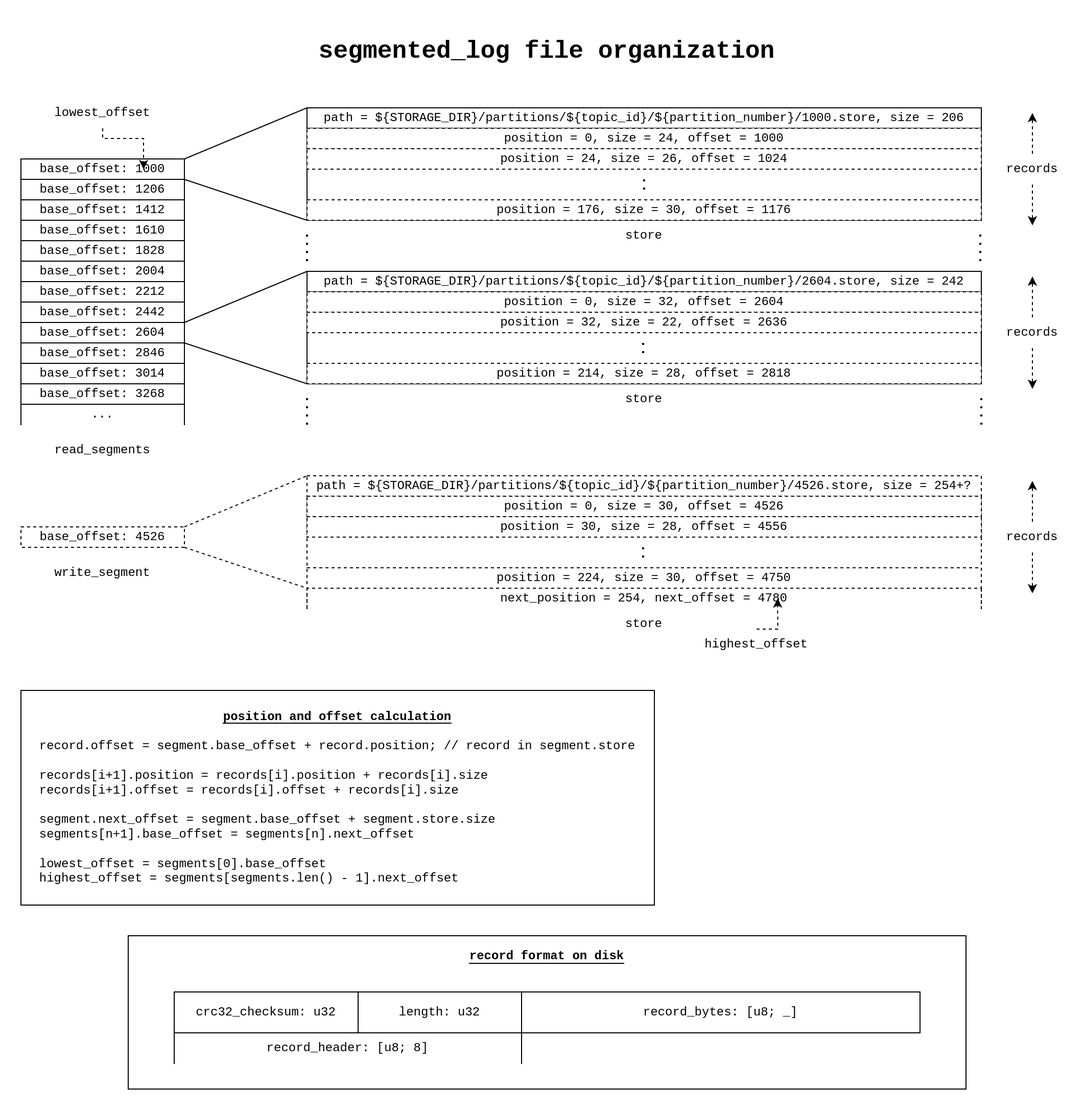
This is assets/diagrams/laminarmq-segmented-log.png from arindas/laminarmq, a draw.io export, as it was before one commit. Source tidied: cells renumbered, new cells last; positions are measured from the earlier drawing's top-left corner, leaving out a move shared by most shapes.
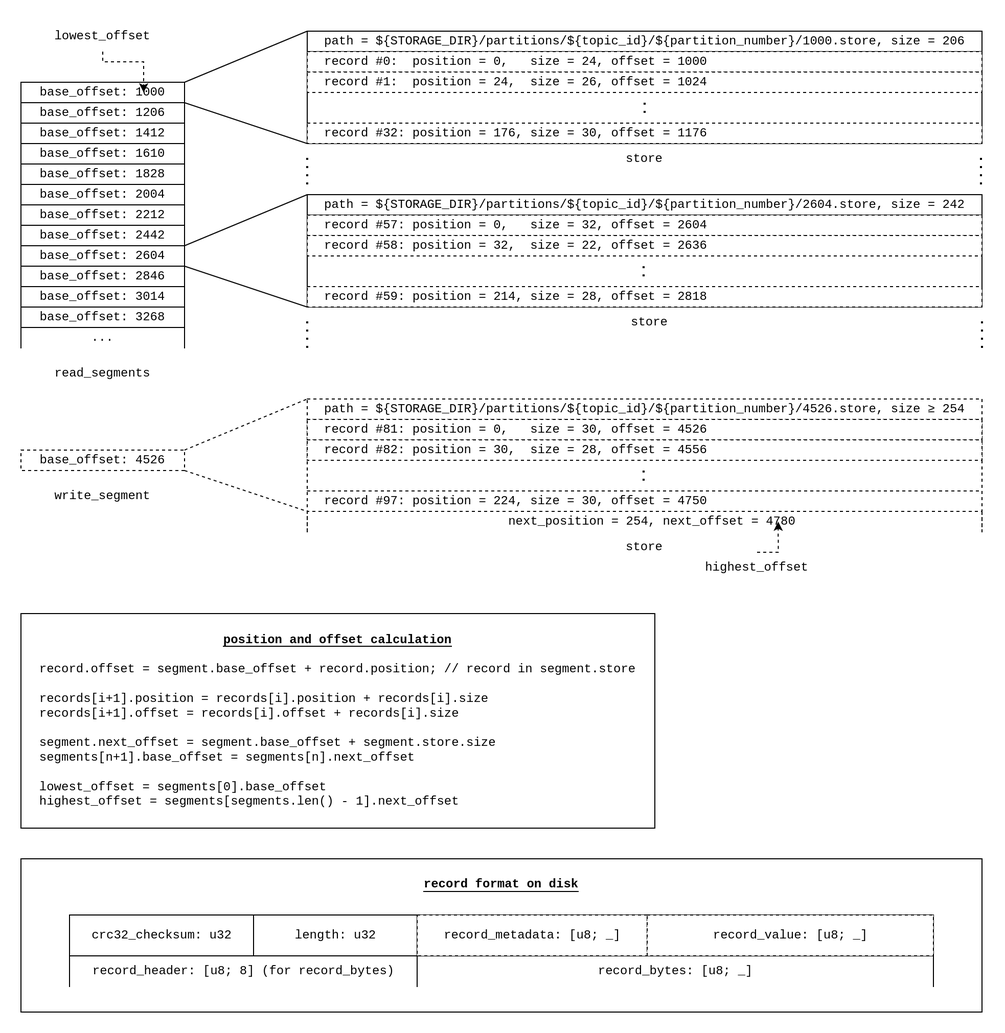
After the change.

Commit message:
Made segmented log diagram cleaner.

The edit, as a diff of the source:
```diff
@@ -3,7 +3,7 @@
     <mxCell id="0" />
     <mxCell id="1" parent="0" />
     <mxCell id="2" style="rounded=0;whiteSpace=wrap;html=1;fontFamily=Courier New;fontSize=12;" parent="1" vertex="1">
-      <mxGeometry x="105" y="880" width="820" height="150" as="geometry" />
+      <mxGeometry y="880" width="940" height="150" as="geometry" />
     </mxCell>
     <mxCell id="3" value="&lt;font&gt;base_offset: 1000&lt;/font&gt;" style="rounded=0;whiteSpace=wrap;html=1;fontFamily=Courier New;" parent="1" vertex="1">
       <mxGeometry y="120" width="160" height="20" as="geometry" />
@@ -44,7 +44,7 @@
     <mxCell id="15" style="rounded=0;whiteSpace=wrap;html=1;fontFamily=Courier New;" parent="1" vertex="1">
       <mxGeometry x="280" y="70" width="660" height="110" as="geometry" />
     </mxCell>
-    <mxCell id="16" value="&lt;font&gt;path = ${STORAGE_DIR}/partitions/${topic_id}/${partition_number}/1000.store, size = 206&lt;br&gt;&lt;/font&gt;" style="rounded=0;whiteSpace=wrap;html=1;fontFamily=Courier New;" parent="1" vertex="1">
+    <mxCell id="16" value="&lt;div&gt;&lt;font&gt;path = ${STORAGE_DIR}/partitions/${topic_id}/${partition_number}/1000.store, size = 206&lt;/font&gt;&lt;br&gt;&lt;/div&gt;" style="rounded=0;whiteSpace=wrap;html=1;fontFamily=Courier New;align=left;spacingLeft=15;" parent="1" vertex="1">
       <mxGeometry x="280" y="70" width="660" height="20" as="geometry" />
     </mxCell>
     <mxCell id="17" value="..." style="shape=partialRectangle;whiteSpace=wrap;html=1;top=0;bottom=0;fillColor=none;fontFamily=Courier New;" parent="1" vertex="1">
@@ -56,10 +56,10 @@
     <mxCell id="19" style="endArrow=none;html=1;rounded=0;exitX=1;exitY=1;exitDx=0;exitDy=0;entryX=0;entryY=1;entryDx=0;entryDy=0;fontFamily=Courier New;" parent="1" edge="1" source="3" target="15">
       <mxGeometry relative="1" as="geometry" />
     </mxCell>
-    <mxCell id="20" style="rounded=0;whiteSpace=wrap;html=1;fontFamily=Courier New;" parent="1" vertex="1">
+    <mxCell id="20" style="rounded=0;whiteSpace=wrap;html=1;fontFamily=Courier New;align=left;spacingLeft=15;" parent="1" vertex="1">
       <mxGeometry x="280" y="230" width="660" height="110" as="geometry" />
     </mxCell>
-    <mxCell id="21" value="path = ${STORAGE_DIR}/partitions/${topic_id}/${partition_number}/2604.store, size = 242" style="rounded=0;whiteSpace=wrap;html=1;fontFamily=Courier New;" parent="1" vertex="1">
+    <mxCell id="21" value="path = ${STORAGE_DIR}/partitions/${topic_id}/${partition_number}/2604.store, size = 242" style="rounded=0;whiteSpace=wrap;html=1;fontFamily=Courier New;align=left;spacingLeft=15;" parent="1" vertex="1">
       <mxGeometry x="280" y="230" width="660" height="20" as="geometry" />
     </mxCell>
     <mxCell id="22" style="endArrow=none;html=1;rounded=0;exitX=1;exitY=0;exitDx=0;exitDy=0;entryX=0;entryY=0;entryDx=0;entryDy=0;fontFamily=Courier New;" parent="1" edge="1" source="11" target="21">
@@ -80,16 +80,16 @@
         <mxPoint x="939" y="190" as="targetPoint" />
       </mxGeometry>
     </mxCell>
-    <mxCell id="26" value="position = 0, size = 24, offset = 1000" style="rounded=0;whiteSpace=wrap;html=1;dashed=1;fontFamily=Courier New;fontSize=12;" parent="1" vertex="1">
+    <mxCell id="26" value="record #0:&amp;nbsp; position = 0,&amp;nbsp;&amp;nbsp; size = 24, offset = 1000" style="rounded=0;whiteSpace=wrap;html=1;dashed=1;fontFamily=Courier New;fontSize=12;align=left;spacingLeft=15;" parent="1" vertex="1">
       <mxGeometry x="280" y="90" width="660" height="20" as="geometry" />
     </mxCell>
-    <mxCell id="27" value="position = 24, size = 26, offset = 1024 " style="rounded=0;whiteSpace=wrap;html=1;dashed=1;fontFamily=Courier New;fontSize=12;" parent="1" vertex="1">
+    <mxCell id="27" value="record #1:&amp;nbsp; position = 24,&amp;nbsp; size = 26, offset = 1024 " style="rounded=0;whiteSpace=wrap;html=1;dashed=1;fontFamily=Courier New;fontSize=12;align=left;spacingLeft=15;" parent="1" vertex="1">
       <mxGeometry x="280" y="110" width="660" height="20" as="geometry" />
     </mxCell>
-    <mxCell id="28" value="position = 176, size = 30, offset = 1176" style="rounded=0;whiteSpace=wrap;html=1;dashed=1;fontFamily=Courier New;fontSize=12;" parent="1" vertex="1">
+    <mxCell id="28" value="record #32: position = 176, size = 30, offset = 1176" style="rounded=0;whiteSpace=wrap;html=1;dashed=1;fontFamily=Courier New;fontSize=12;align=left;spacingLeft=15;" parent="1" vertex="1">
       <mxGeometry x="280" y="160" width="660" height="20" as="geometry" />
     </mxCell>
-    <mxCell id="29" value="position = 0, size = 32, offset = 2604" style="rounded=0;whiteSpace=wrap;html=1;dashed=1;fontFamily=Courier New;fontSize=12;" parent="1" vertex="1">
+    <mxCell id="29" value="record #57: position = 0,&amp;nbsp;&amp;nbsp; size = 32, offset = 2604" style="rounded=0;whiteSpace=wrap;html=1;dashed=1;fontFamily=Courier New;fontSize=12;align=left;spacingLeft=15;" parent="1" vertex="1">
       <mxGeometry x="280" y="250" width="660" height="20" as="geometry" />
     </mxCell>
     <mxCell id="30" style="endArrow=none;dashed=1;html=1;dashPattern=1 3;strokeWidth=2;rounded=0;fontFamily=Courier New;" parent="1" edge="1">
@@ -98,13 +98,13 @@
         <mxPoint x="610" y="140" as="targetPoint" />
       </mxGeometry>
     </mxCell>
-    <mxCell id="31" value="position = 32, size = 22, offset = 2636" style="rounded=0;whiteSpace=wrap;html=1;dashed=1;fontFamily=Courier New;fontSize=12;" parent="1" vertex="1">
+    <mxCell id="31" value="record #58: position = 32,&amp;nbsp; size = 22, offset = 2636" style="rounded=0;whiteSpace=wrap;html=1;dashed=1;fontFamily=Courier New;fontSize=12;align=left;spacingLeft=15;" parent="1" vertex="1">
       <mxGeometry x="280" y="270" width="660" height="20" as="geometry" />
     </mxCell>
-    <mxCell id="32" value="position = 214, size = 28, offset = 2818" style="rounded=0;whiteSpace=wrap;html=1;dashed=1;fontFamily=Courier New;fontSize=12;" parent="1" vertex="1">
+    <mxCell id="32" value="record #59: position = 214, size = 28, offset = 2818" style="rounded=0;whiteSpace=wrap;html=1;dashed=1;fontFamily=Courier New;fontSize=12;align=left;spacingLeft=15;" parent="1" vertex="1">
       <mxGeometry x="280" y="320" width="660" height="20" as="geometry" />
     </mxCell>
-    <mxCell id="33" style="endArrow=none;dashed=1;html=1;dashPattern=1 3;strokeWidth=2;rounded=0;fontFamily=Courier New;" parent="1" edge="1">
+    <mxCell id="33" style="endArrow=none;dashed=1;html=1;dashPattern=1 3;strokeWidth=2;rounded=0;fontFamily=Courier New;align=left;spacingLeft=15;" parent="1" edge="1">
       <mxGeometry relative="1" as="geometry">
         <mxPoint x="609" y="310" as="sourcePoint" />
         <mxPoint x="609" y="300" as="targetPoint" />
@@ -113,22 +113,22 @@
     <mxCell id="34" value="base_offset: 4526" style="rounded=0;whiteSpace=wrap;html=1;dashed=1;fontFamily=Courier New;fontSize=12;" parent="1" vertex="1">
       <mxGeometry y="480" width="160" height="20" as="geometry" />
     </mxCell>
-    <mxCell id="35" style="rounded=0;whiteSpace=wrap;html=1;dashed=1;fontFamily=Courier New;" parent="1" vertex="1">
+    <mxCell id="35" style="rounded=0;whiteSpace=wrap;html=1;dashed=1;fontFamily=Courier New;align=left;spacingLeft=15;" parent="1" vertex="1">
       <mxGeometry x="280" y="430" width="660" height="110" as="geometry" />
     </mxCell>
-    <mxCell id="36" value="path = ${STORAGE_DIR}/partitions/${topic_id}/${partition_number}/4526.store, size = 254+?" style="rounded=0;whiteSpace=wrap;html=1;dashed=1;fontFamily=Courier New;" parent="1" vertex="1">
+    <mxCell id="36" value="path = ${STORAGE_DIR}/partitions/${topic_id}/${partition_number}/4526.store, size ≥ 254" style="rounded=0;whiteSpace=wrap;html=1;dashed=1;fontFamily=Courier New;align=left;spacingLeft=15;" parent="1" vertex="1">
       <mxGeometry x="280" y="430" width="660" height="20" as="geometry" />
     </mxCell>
-    <mxCell id="37" value="position = 0, size = 30, offset = 4526" style="rounded=0;whiteSpace=wrap;html=1;dashed=1;fontFamily=Courier New;fontSize=12;" parent="1" vertex="1">
+    <mxCell id="37" value="record #81: position = 0,&amp;nbsp;&amp;nbsp; size = 30, offset = 4526" style="rounded=0;whiteSpace=wrap;html=1;dashed=1;fontFamily=Courier New;fontSize=12;align=left;spacingLeft=15;" parent="1" vertex="1">
       <mxGeometry x="280" y="450" width="660" height="20" as="geometry" />
     </mxCell>
-    <mxCell id="38" value="position = 30, size = 28, offset = 4556" style="rounded=0;whiteSpace=wrap;html=1;dashed=1;fontFamily=Courier New;fontSize=12;" parent="1" vertex="1">
+    <mxCell id="38" value="record #82: position = 30,&amp;nbsp; size = 28, offset = 4556" style="rounded=0;whiteSpace=wrap;html=1;dashed=1;fontFamily=Courier New;fontSize=12;align=left;spacingLeft=15;" parent="1" vertex="1">
       <mxGeometry x="280" y="470" width="660" height="20" as="geometry" />
     </mxCell>
-    <mxCell id="39" value="position = 224, size = 30, offset = 4750" style="rounded=0;whiteSpace=wrap;html=1;dashed=1;fontFamily=Courier New;fontSize=12;" parent="1" vertex="1">
+    <mxCell id="39" value="record #97: position = 224, size = 30, offset = 4750" style="rounded=0;whiteSpace=wrap;html=1;dashed=1;fontFamily=Courier New;fontSize=12;align=left;spacingLeft=15;" parent="1" vertex="1">
       <mxGeometry x="280" y="520" width="660" height="20" as="geometry" />
     </mxCell>
-    <mxCell id="40" style="endArrow=none;dashed=1;html=1;dashPattern=1 3;strokeWidth=2;rounded=0;fontFamily=Courier New;" parent="1" edge="1">
+    <mxCell id="40" style="endArrow=none;dashed=1;html=1;dashPattern=1 3;strokeWidth=2;rounded=0;fontFamily=Courier New;align=left;spacingLeft=15;" parent="1" edge="1">
       <mxGeometry relative="1" as="geometry">
         <mxPoint x="609" y="510" as="sourcePoint" />
         <mxPoint x="609" y="500" as="targetPoint" />
@@ -140,7 +140,7 @@
     <mxCell id="42" style="endArrow=none;html=1;rounded=0;fontFamily=Courier New;fontSize=12;exitX=1;exitY=1;exitDx=0;exitDy=0;entryX=0;entryY=1;entryDx=0;entryDy=0;dashed=1;exitPerimeter=0;" parent="1" edge="1" source="34" target="39">
       <mxGeometry relative="1" as="geometry" />
     </mxCell>
-    <mxCell id="43" value="next_position = 254, next_offset = 4780 " style="shape=partialRectangle;whiteSpace=wrap;html=1;top=0;bottom=0;fillColor=none;dashed=1;fontFamily=Courier New;fontSize=12;" parent="1" vertex="1">
+    <mxCell id="43" value="next_position = 254, next_offset = 4780 " style="shape=partialRectangle;whiteSpace=wrap;html=1;top=0;bottom=0;fillColor=none;dashed=1;fontFamily=Courier New;fontSize=12;spacingLeft=15;" parent="1" vertex="1">
       <mxGeometry x="280" y="540" width="660" height="20" as="geometry" />
     </mxCell>
     <mxCell id="44" value="read_segments" style="text;html=1;strokeColor=none;fillColor=none;align=center;verticalAlign=middle;whiteSpace=wrap;rounded=0;dashed=1;fontFamily=Courier New;fontSize=12;" parent="1" vertex="1">
@@ -169,86 +169,53 @@
     <mxCell id="50" value="store" style="text;html=1;strokeColor=none;fillColor=none;align=center;verticalAlign=middle;whiteSpace=wrap;rounded=0;dashed=1;fontFamily=Courier New;fontSize=12;" parent="1" vertex="1">
       <mxGeometry x="580" y="180" width="60" height="30" as="geometry" />
     </mxCell>
-    <mxCell id="51" value="store" style="text;html=1;strokeColor=none;fillColor=none;align=center;verticalAlign=middle;whiteSpace=wrap;rounded=0;dashed=1;fontFamily=Courier New;fontSize=12;" parent="1" vertex="1">
+    <mxCell id="51" value="store" style="text;html=1;strokeColor=none;fillColor=none;align=left;verticalAlign=middle;whiteSpace=wrap;rounded=0;dashed=1;fontFamily=Courier New;fontSize=12;spacingLeft=15;" parent="1" vertex="1">
       <mxGeometry x="580" y="340" width="60" height="30" as="geometry" />
     </mxCell>
     <mxCell id="52" value="store" style="text;html=1;strokeColor=none;fillColor=none;align=center;verticalAlign=middle;whiteSpace=wrap;rounded=0;dashed=1;fontFamily=Courier New;fontSize=12;" parent="1" vertex="1">
       <mxGeometry x="580" y="560" width="60" height="30" as="geometry" />
     </mxCell>
-    <mxCell id="53" style="edgeStyle=orthogonalEdgeStyle;rounded=0;jettySize=auto;html=1;exitX=0.5;exitY=0;exitDx=0;exitDy=0;dashed=1;fontFamily=Courier New;fontSize=12;" parent="1" edge="1" source="55">
-      <mxGeometry relative="1" as="geometry">
-        <mxPoint x="990" y="75" as="targetPoint" />
-      </mxGeometry>
-    </mxCell>
-    <mxCell id="54" style="edgeStyle=orthogonalEdgeStyle;rounded=0;jettySize=auto;html=1;exitX=0.5;exitY=1;exitDx=0;exitDy=0;dashed=1;fontFamily=Courier New;fontSize=12;" parent="1" edge="1" source="55">
-      <mxGeometry relative="1" as="geometry">
-        <mxPoint x="990" y="185" as="targetPoint" />
-      </mxGeometry>
-    </mxCell>
-    <mxCell id="55" value="records" style="text;html=1;strokeColor=none;fillColor=none;align=center;verticalAlign=middle;whiteSpace=wrap;rounded=0;dashed=1;fontFamily=Courier New;fontSize=12;" parent="1" vertex="1">
-      <mxGeometry x="960" y="115" width="60" height="30" as="geometry" />
-    </mxCell>
-    <mxCell id="56" style="edgeStyle=orthogonalEdgeStyle;rounded=0;jettySize=auto;html=1;exitX=0.5;exitY=0;exitDx=0;exitDy=0;dashed=1;fontFamily=Courier New;fontSize=12;" parent="1" edge="1" source="58">
-      <mxGeometry relative="1" as="geometry">
-        <mxPoint x="990" y="235" as="targetPoint" />
-      </mxGeometry>
-    </mxCell>
-    <mxCell id="57" style="edgeStyle=orthogonalEdgeStyle;rounded=0;jettySize=auto;html=1;exitX=0.5;exitY=1;exitDx=0;exitDy=0;dashed=1;fontFamily=Courier New;fontSize=12;" parent="1" edge="1" source="58">
-      <mxGeometry relative="1" as="geometry">
-        <mxPoint x="990" y="345" as="targetPoint" />
-      </mxGeometry>
-    </mxCell>
-    <mxCell id="58" value="records" style="text;html=1;strokeColor=none;fillColor=none;align=center;verticalAlign=middle;whiteSpace=wrap;rounded=0;dashed=1;fontFamily=Courier New;fontSize=12;" parent="1" vertex="1">
-      <mxGeometry x="960" y="275" width="60" height="30" as="geometry" />
-    </mxCell>
-    <mxCell id="59" style="edgeStyle=orthogonalEdgeStyle;rounded=0;jettySize=auto;html=1;exitX=0.5;exitY=0;exitDx=0;exitDy=0;dashed=1;fontFamily=Courier New;fontSize=12;" parent="1" edge="1" source="61">
-      <mxGeometry relative="1" as="geometry">
-        <mxPoint x="990" y="435" as="targetPoint" />
-      </mxGeometry>
-    </mxCell>
-    <mxCell id="60" style="edgeStyle=orthogonalEdgeStyle;rounded=0;jettySize=auto;html=1;exitX=0.5;exitY=1;exitDx=0;exitDy=0;dashed=1;fontFamily=Courier New;fontSize=12;" parent="1" edge="1" source="61">
-      <mxGeometry relative="1" as="geometry">
-        <mxPoint x="990" y="545" as="targetPoint" />
-      </mxGeometry>
-    </mxCell>
-    <mxCell id="61" value="records" style="text;html=1;strokeColor=none;fillColor=none;align=center;verticalAlign=middle;whiteSpace=wrap;rounded=0;dashed=1;fontFamily=Courier New;fontSize=12;" parent="1" vertex="1">
-      <mxGeometry x="960" y="475" width="60" height="30" as="geometry" />
-    </mxCell>
     <mxCell id="62" value="&lt;div&gt;&lt;b&gt;&lt;u&gt;position and offset calculation&lt;/u&gt;&lt;/b&gt;&lt;br&gt;&lt;/div&gt;&lt;div&gt;&lt;br&gt;&lt;/div&gt;&lt;div align=&quot;left&quot;&gt;record.offset = segment.base_offset + record.position; // record in segment.store&lt;/div&gt;&lt;div align=&quot;left&quot;&gt;&lt;br&gt;&lt;/div&gt;&lt;div align=&quot;left&quot;&gt;records[i+1].position = records[i].position + records[i].size&lt;br&gt;&lt;/div&gt;&lt;div align=&quot;left&quot;&gt;records[i+1].offset = records[i].offset + records[i].size&lt;br&gt;&lt;/div&gt;&lt;div align=&quot;left&quot;&gt;&lt;br&gt;&lt;/div&gt;&lt;div align=&quot;left&quot;&gt;segment.next_offset = segment.base_offset + segment.store.size&lt;br&gt;&lt;/div&gt;&lt;div align=&quot;left&quot;&gt;segments[n+1].base_offset = segments[n].next_offset&lt;br&gt;&lt;/div&gt;&lt;div align=&quot;left&quot;&gt;&lt;br&gt;&lt;/div&gt;&lt;div align=&quot;left&quot;&gt;lowest_offset = segments[0].base_offset&lt;br&gt;&lt;/div&gt;&lt;div align=&quot;left&quot;&gt;highest_offset = segments[segments.len() - 1].next_offset&lt;br&gt;&lt;/div&gt;" style="rounded=0;whiteSpace=wrap;html=1;fontFamily=Courier New;fontSize=12;" parent="1" vertex="1">
       <mxGeometry y="640" width="620" height="210" as="geometry" />
     </mxCell>
     <mxCell id="63" style="rounded=0;whiteSpace=wrap;html=1;fontFamily=Courier New;fontSize=12;" parent="1" vertex="1">
-      <mxGeometry x="150" y="935" width="730" height="40" as="geometry" />
+      <mxGeometry x="47.5" y="935" width="730" height="40" as="geometry" />
     </mxCell>
     <mxCell id="64" value="crc32_checksum: u32" style="rounded=0;whiteSpace=wrap;html=1;fontFamily=Courier New;fontSize=12;" parent="1" vertex="1">
-      <mxGeometry x="150" y="935" width="180" height="40" as="geometry" />
+      <mxGeometry x="47.5" y="935" width="180" height="40" as="geometry" />
     </mxCell>
     <mxCell id="65" value="length: u32" style="rounded=0;whiteSpace=wrap;html=1;fontFamily=Courier New;fontSize=12;" parent="1" vertex="1">
-      <mxGeometry x="330" y="935" width="160" height="40" as="geometry" />
+      <mxGeometry x="227.5" y="935" width="160" height="40" as="geometry" />
     </mxCell>
-    <mxCell id="66" value="record_header: [u8; 8]" style="shape=partialRectangle;whiteSpace=wrap;html=1;bottom=0;top=0;fillColor=none;fontFamily=Courier New;fontSize=12;" parent="1" vertex="1">
-      <mxGeometry x="150" y="975" width="340" height="30" as="geometry" />
+    <mxCell id="66" value="&lt;div&gt;record_header: [u8; 8] (for record_bytes)&lt;/div&gt;" style="shape=partialRectangle;whiteSpace=wrap;html=1;bottom=0;top=0;fillColor=none;fontFamily=Courier New;fontSize=12;" parent="1" vertex="1">
+      <mxGeometry x="47.5" y="975" width="340" height="30" as="geometry" />
     </mxCell>
-    <mxCell id="67" value="record_bytes: [u8; _]" style="rounded=0;whiteSpace=wrap;html=1;fontFamily=Courier New;fontSize=12;" parent="1" vertex="1">
-      <mxGeometry x="490" y="935" width="390" height="40" as="geometry" />
+    <mxCell id="67" style="rounded=0;whiteSpace=wrap;html=1;fontFamily=Courier New;fontSize=12;" parent="1" vertex="1">
+      <mxGeometry x="387.5" y="935" width="505" height="40" as="geometry" />
     </mxCell>
     <mxCell id="68" value="&lt;u&gt;&lt;b&gt;record format on disk&lt;/b&gt;&lt;/u&gt;" style="text;html=1;strokeColor=none;fillColor=none;align=center;verticalAlign=middle;whiteSpace=wrap;rounded=0;fontFamily=Courier New;fontSize=12;" parent="1" vertex="1">
-      <mxGeometry x="420" y="885" width="190" height="30" as="geometry" />
+      <mxGeometry x="375" y="890" width="190" height="30" as="geometry" />
     </mxCell>
-    <mxCell id="69" style="endArrow=none;dashed=1;html=1;dashPattern=1 3;strokeWidth=2;rounded=0;fontFamily=Courier New;" parent="1" edge="1">
+    <mxCell id="69" style="endArrow=none;dashed=1;html=1;dashPattern=1 3;strokeWidth=2;rounded=0;fontFamily=Courier New;align=left;spacingLeft=15;" parent="1" edge="1">
       <mxGeometry relative="1" as="geometry">
         <mxPoint x="280" y="380" as="sourcePoint" />
         <mxPoint x="280" y="350" as="targetPoint" />
       </mxGeometry>
     </mxCell>
-    <mxCell id="70" style="endArrow=none;dashed=1;html=1;dashPattern=1 3;strokeWidth=2;rounded=0;fontFamily=Courier New;" parent="1" edge="1">
+    <mxCell id="70" style="endArrow=none;dashed=1;html=1;dashPattern=1 3;strokeWidth=2;rounded=0;fontFamily=Courier New;align=left;spacingLeft=15;" parent="1" edge="1">
       <mxGeometry relative="1" as="geometry">
         <mxPoint x="940" y="380" as="sourcePoint" />
         <mxPoint x="940" y="350" as="targetPoint" />
       </mxGeometry>
     </mxCell>
-    <mxCell id="71" value="&lt;h1&gt;segmented_log file organization&lt;/h1&gt;" style="text;html=1;strokeColor=none;fillColor=none;align=center;verticalAlign=middle;whiteSpace=wrap;rounded=0;fontFamily=Courier New;fontSize=12;" parent="1" vertex="1">
-      <mxGeometry x="280" width="470" height="30" as="geometry" />
-    </mxCell>
+    <mxCell id="72" value="record_metadata: [u8; _]" style="rounded=0;whiteSpace=wrap;html=1;fontFamily=Courier New;fontSize=12;dashed=1;" parent="1" vertex="1">
+      <mxGeometry x="387.5" y="935" width="225" height="40" as="geometry" />
+    </mxCell>
+    <mxCell id="73" value="record_value: [u8; _]" style="rounded=0;whiteSpace=wrap;html=1;fontFamily=Courier New;fontSize=12;dashed=1;" parent="1" vertex="1">
+      <mxGeometry x="612.5" y="935" width="280" height="40" as="geometry" />
+    </mxCell>
+    <mxCell id="74" value="record_bytes: [u8; _]" style="shape=partialRectangle;whiteSpace=wrap;html=1;bottom=0;top=0;fillColor=none;fontFamily=Courier New;fontSize=12;" parent="1" vertex="1">
+      <mxGeometry x="387.5" y="975" width="505" height="30" as="geometry" />
+    </mxCell>
   </root>
 </mxGraphModel>
```
